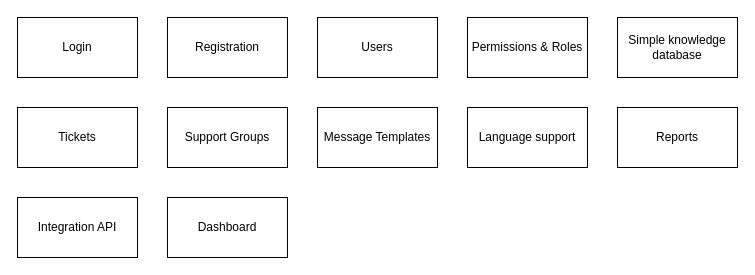
Before: page "Themes" (1 of 5) of Software Requriements/DrawIO/Untitled Diagram.drawio in xavizus/Yet-another-CMS, a draw.io diagram. Source tidied: cells renumbered, new cells numbered last; positions are measured from the earlier drawing's top-left corner, leaving out a move shared by most shapes. Both pictures are drawn from the tidied source at 100%, with x=0, y=0 at pixel (17, 17).
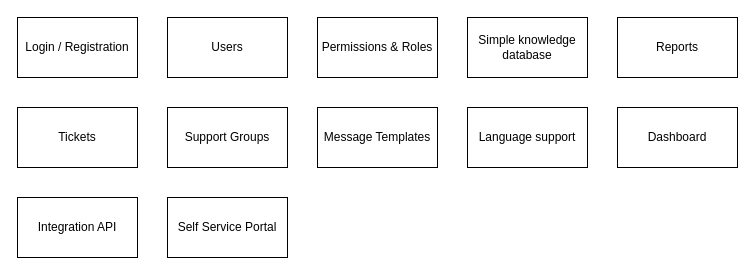
After the change.

Diff of the diagram source:
```diff
@@
 <mxGraphModel>
   <root>
     <mxCell id="0" />
     <mxCell id="1" parent="0" />
-    <mxCell id="2" value="Login" style="rounded=0;whiteSpace=wrap;html=1;" parent="1" vertex="1">
+    <mxCell id="2" value="Login / Registration" style="rounded=0;whiteSpace=wrap;html=1;" parent="1" vertex="1">
       <mxGeometry width="120" height="60" as="geometry" />
     </mxCell>
-    <mxCell id="3" value="Registration" style="rounded=0;whiteSpace=wrap;html=1;" parent="1" vertex="1">
-      <mxGeometry x="150" width="120" height="60" as="geometry" />
-    </mxCell>
     <mxCell id="4" value="Users" style="rounded=0;whiteSpace=wrap;html=1;" parent="1" vertex="1">
-      <mxGeometry x="300" width="120" height="60" as="geometry" />
+      <mxGeometry x="150" width="120" height="60" as="geometry" />
     </mxCell>
     <mxCell id="5" value="Permissions &amp;amp; Roles" style="rounded=0;whiteSpace=wrap;html=1;" parent="1" vertex="1">
-      <mxGeometry x="450" width="120" height="60" as="geometry" />
+      <mxGeometry x="300" width="120" height="60" as="geometry" />
     </mxCell>
     <mxCell id="6" value="&lt;div&gt;Tickets&lt;/div&gt;" style="rounded=0;whiteSpace=wrap;html=1;" parent="1" vertex="1">
       <mxGeometry y="90" width="120" height="60" as="geometry" />
     </mxCell>
     <mxCell id="7" value="Support Groups" style="rounded=0;whiteSpace=wrap;html=1;" parent="1" vertex="1">
       <mxGeometry x="150" y="90" width="120" height="60" as="geometry" />
     </mxCell>
     <mxCell id="8" value="Message Templates" style="rounded=0;whiteSpace=wrap;html=1;" parent="1" vertex="1">
       <mxGeometry x="300" y="90" width="120" height="60" as="geometry" />
     </mxCell>
     <mxCell id="9" value="&lt;div&gt;Language support&lt;/div&gt;" style="rounded=0;whiteSpace=wrap;html=1;" parent="1" vertex="1">
       <mxGeometry x="450" y="90" width="120" height="60" as="geometry" />
     </mxCell>
     <mxCell id="10" value="Simple knowledge database" style="rounded=0;whiteSpace=wrap;html=1;" parent="1" vertex="1">
-      <mxGeometry x="600" width="120" height="60" as="geometry" />
+      <mxGeometry x="450" width="120" height="60" as="geometry" />
     </mxCell>
     <mxCell id="11" value="&lt;div&gt;Reports&lt;/div&gt;" style="rounded=0;whiteSpace=wrap;html=1;" parent="1" vertex="1">
-      <mxGeometry x="600" y="90" width="120" height="60" as="geometry" />
+      <mxGeometry x="600" width="120" height="60" as="geometry" />
     </mxCell>
     <mxCell id="12" value="Integration API" style="rounded=0;whiteSpace=wrap;html=1;" parent="1" vertex="1">
       <mxGeometry y="180" width="120" height="60" as="geometry" />
     </mxCell>
     <mxCell id="13" value="Dashboard" style="rounded=0;whiteSpace=wrap;html=1;" parent="1" vertex="1">
-      <mxGeometry x="150" y="180" width="120" height="60" as="geometry" />
+      <mxGeometry x="600" y="90" width="120" height="60" as="geometry" />
     </mxCell>
+    <mxCell id="14" value="Self Service Portal" style="rounded=0;whiteSpace=wrap;html=1;" parent="1" vertex="1">
+      <mxGeometry x="150" y="180" width="120" height="60" as="geometry" />
+    </mxCell>
   </root>
 </mxGraphModel>
```
